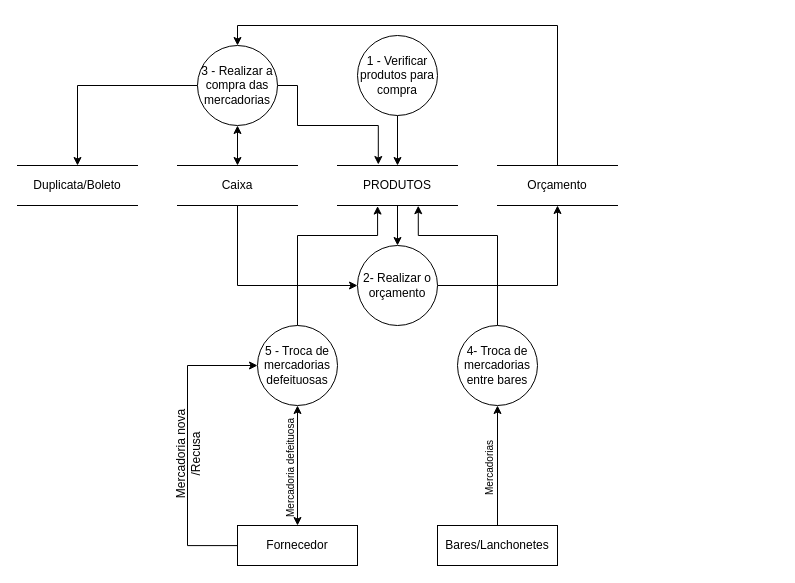
Above: docs/ARTEFATOS(15-23)/COMPRAR_PRODUTOS/DFD_COMPRAR_PRODUTOS.drawio in Darienzo08/ope_ads (draw.io), before the change. Source tidied: cells renumbered, new cells numbered last; positions are measured from the earlier drawing's top-left corner, leaving out a move shared by most shapes. Both pictures are drawn from the tidied source at 100%, with x=0, y=0 at pixel (17, 25).
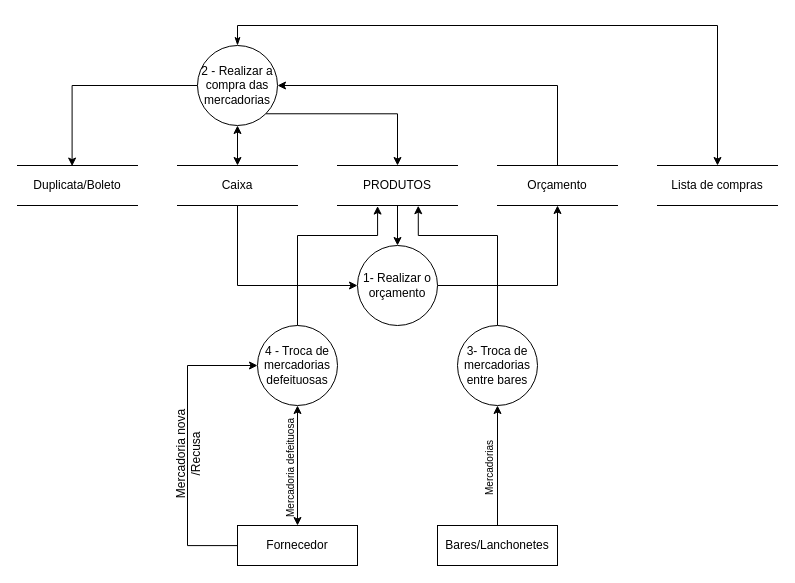
The same page after the edit.

Unchanged cells that the change refers to:
```xml
<mxCell id="14" value="PRODUTOS" style="shape=partialRectangle;whiteSpace=wrap;html=1;left=0;right=0;fillColor=none;" parent="1" vertex="1">
  <mxGeometry x="320" y="140" width="120" height="40" as="geometry" />
</mxCell>
<mxCell id="16" value="Orçamento" style="shape=partialRectangle;whiteSpace=wrap;html=1;left=0;right=0;fillColor=none;" parent="1" vertex="1">
  <mxGeometry x="480" y="140" width="120" height="40" as="geometry" />
</mxCell>
<mxCell id="28" value="Duplicata/Boleto" style="shape=partialRectangle;whiteSpace=wrap;html=1;left=0;right=0;fillColor=none;" parent="1" vertex="1">
  <mxGeometry y="140" width="120" height="40" as="geometry" />
</mxCell>
```

Change to the diagram source:
```diff
@@
-    <mxCell id="2" style="edgeStyle=orthogonalEdgeStyle;rounded=0;jettySize=auto;html=1;" parent="1" edge="1" source="3" target="14">
-      <mxGeometry relative="1" as="geometry" />
-    </mxCell>
-    <mxCell id="3" value="1 - Verificar produtos para compra&lt;br&gt;" style="ellipse;whiteSpace=wrap;html=1;" parent="1" vertex="1">
-      <mxGeometry x="340" y="10" width="80" height="80" as="geometry" />
-    </mxCell>
@@
-    <mxCell id="5" value="2- Realizar o orçamento" style="ellipse;whiteSpace=wrap;html=1;" parent="1" vertex="1">
+    <mxCell id="5" value="1- Realizar o orçamento" style="ellipse;whiteSpace=wrap;html=1;" parent="1" vertex="1">
       <mxGeometry x="340" y="220" width="80" height="80" as="geometry" />
     </mxCell>
-    <mxCell id="6" style="edgeStyle=orthogonalEdgeStyle;rounded=0;jettySize=auto;html=1;entryX=0.34;entryY=-0.025;entryDx=0;entryDy=0;entryPerimeter=0;exitX=1;exitY=0.5;exitDx=0;exitDy=0;" parent="1" edge="1" source="8" target="14">
+    <mxCell id="6" style="edgeStyle=orthogonalEdgeStyle;rounded=0;jettySize=auto;html=1;entryX=0.5;entryY=0;entryDx=0;entryDy=0;exitX=1;exitY=1;exitDx=0;exitDy=0;" parent="1" edge="1" source="8" target="14">
       <mxGeometry relative="1" as="geometry">
         <Array as="points">
-          <mxPoint x="280" y="60" />
-          <mxPoint x="280" y="100" />
-          <mxPoint x="361" y="100" />
+          <mxPoint x="380" y="88" />
         </Array>
       </mxGeometry>
     </mxCell>
-    <mxCell id="7" style="edgeStyle=orthogonalEdgeStyle;rounded=0;jettySize=auto;html=1;exitX=0;exitY=0.5;exitDx=0;exitDy=0;entryX=0.5;entryY=0;entryDx=0;entryDy=0;" parent="1" edge="1" source="8" target="28">
-      <mxGeometry relative="1" as="geometry" />
+    <mxCell id="7" style="edgeStyle=orthogonalEdgeStyle;rounded=0;jettySize=auto;html=1;exitX=0;exitY=0.5;exitDx=0;exitDy=0;entryX=0.455;entryY=0.014;entryDx=0;entryDy=0;entryPerimeter=0;" parent="1" edge="1" source="8" target="28">
+      <mxGeometry relative="1" as="geometry">
+        <Array as="points">
+          <mxPoint x="55" y="60" />
+          <mxPoint x="55" y="141" />
+        </Array>
+      </mxGeometry>
     </mxCell>
+    <mxCell id="29" style="edgeStyle=orthogonalEdgeStyle;rounded=0;jettySize=auto;html=1;entryX=0.5;entryY=0;entryDx=0;entryDy=0;startArrow=classicThin;startFill=1;exitX=0.5;exitY=0;exitDx=0;exitDy=0;" parent="1" edge="1" source="8" target="30">
+      <mxGeometry relative="1" as="geometry">
+        <Array as="points">
+          <mxPoint x="220" />
+          <mxPoint x="700" />
+        </Array>
+      </mxGeometry>
+    </mxCell>
-    <mxCell id="8" value="3 - Realizar a compra das mercadorias" style="ellipse;whiteSpace=wrap;html=1;" parent="1" vertex="1">
+    <mxCell id="8" value="2 - Realizar a compra das mercadorias" style="ellipse;whiteSpace=wrap;html=1;" parent="1" vertex="1">
       <mxGeometry x="180" y="20" width="80" height="80" as="geometry" />
     </mxCell>
@@
-    <mxCell id="10" value="4- Troca de mercadorias entre bares" style="ellipse;whiteSpace=wrap;html=1;" parent="1" vertex="1">
+    <mxCell id="10" value="3- Troca de mercadorias entre bares" style="ellipse;whiteSpace=wrap;html=1;" parent="1" vertex="1">
       <mxGeometry x="440" y="300" width="80" height="80" as="geometry" />
     </mxCell>
@@
-    <mxCell id="12" value="5 - Troca de mercadorias defeituosas" style="ellipse;whiteSpace=wrap;html=1;" parent="1" vertex="1">
+    <mxCell id="12" value="4 - Troca de mercadorias defeituosas" style="ellipse;whiteSpace=wrap;html=1;" parent="1" vertex="1">
       <mxGeometry x="240" y="300" width="80" height="80" as="geometry" />
     </mxCell>
@@
-    <mxCell id="15" style="edgeStyle=orthogonalEdgeStyle;rounded=0;jettySize=auto;html=1;startArrow=none;startFill=0;entryX=0.5;entryY=0;entryDx=0;entryDy=0;" parent="1" edge="1" source="16" target="8">
+    <mxCell id="15" style="edgeStyle=orthogonalEdgeStyle;rounded=0;jettySize=auto;html=1;startArrow=none;startFill=0;entryX=1;entryY=0.5;entryDx=0;entryDy=0;" parent="1" edge="1" source="16" target="8">
       <mxGeometry relative="1" as="geometry">
         <Array as="points">
-          <mxPoint x="540" />
-          <mxPoint x="220" />
+          <mxPoint x="540" y="60" />
         </Array>
       </mxGeometry>
     </mxCell>
@@
+    <mxCell id="30" value="Lista de compras" style="shape=partialRectangle;whiteSpace=wrap;html=1;left=0;right=0;fillColor=none;" parent="1" vertex="1">
+      <mxGeometry x="640" y="140" width="120" height="40" as="geometry" />
+    </mxCell>
```
